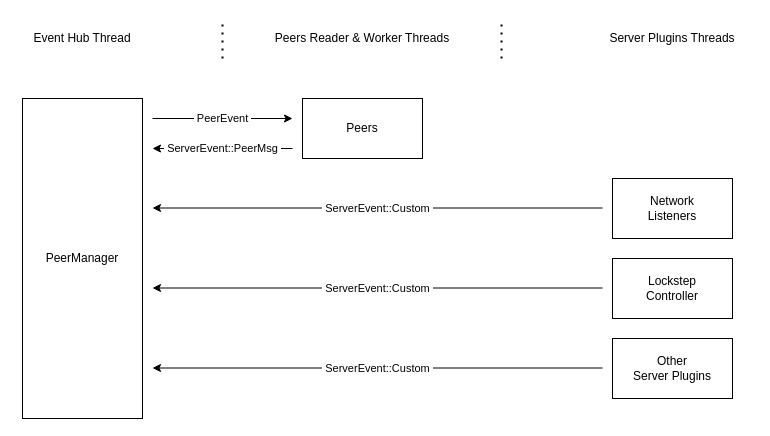
Above: img/thread-architecture.drawio in DiscreteTom/ruast (draw.io), before the change. Source tidied: cells renumbered, new cells numbered last; positions are measured from the earlier drawing's top-left corner, leaving out a move shared by most shapes. Both pictures are drawn from the tidied source at 100%, with x=0, y=0 at pixel (22, 18).
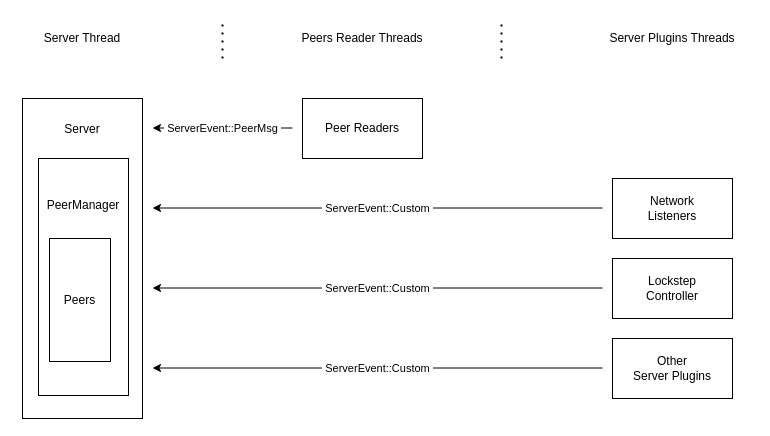
Above is the later version.

Commit message:
update thread-architecture

The edit, as a diff of the source:
```diff
@@
-    <mxCell id="2" value="PeerManager" style="rounded=0;whiteSpace=wrap;html=1;" parent="1" vertex="1">
+    <mxCell id="2" value="Server&lt;br&gt;&lt;br&gt;&lt;br&gt;&lt;br&gt;&lt;br&gt;&lt;br&gt;&lt;br&gt;&lt;br&gt;&lt;br&gt;&lt;br&gt;&lt;br&gt;&lt;br&gt;&lt;br&gt;&lt;br&gt;&lt;br&gt;&lt;br&gt;&lt;br&gt;&lt;br&gt;&lt;br&gt;" style="rounded=0;whiteSpace=wrap;html=1;" parent="1" vertex="1">
       <mxGeometry y="80" width="120" height="320" as="geometry" />
     </mxCell>
-    <mxCell id="3" value="Peers" style="rounded=0;whiteSpace=wrap;html=1;" parent="1" vertex="1">
+    <mxCell id="3" value="Peer Readers" style="rounded=0;whiteSpace=wrap;html=1;" parent="1" vertex="1">
       <mxGeometry x="280" y="80" width="120" height="60" as="geometry" />
     </mxCell>
@@
-    <mxCell id="7" value="Event Hub Thread" style="text;html=1;strokeColor=none;fillColor=none;align=center;verticalAlign=middle;whiteSpace=wrap;rounded=0;" parent="1" vertex="1">
-      <mxGeometry x="10" y="10" width="100" height="20" as="geometry" />
+    <mxCell id="7" value="Server Thread" style="text;html=1;strokeColor=none;fillColor=none;align=center;verticalAlign=middle;whiteSpace=wrap;rounded=0;" parent="1" vertex="1">
+      <mxGeometry x="-5" y="10" width="130" height="20" as="geometry" />
     </mxCell>
-    <mxCell id="8" value="Peers Reader &amp;amp; Worker Threads" style="text;html=1;strokeColor=none;fillColor=none;align=center;verticalAlign=middle;whiteSpace=wrap;rounded=0;" parent="1" vertex="1">
+    <mxCell id="8" value="Peers Reader Threads" style="text;html=1;strokeColor=none;fillColor=none;align=center;verticalAlign=middle;whiteSpace=wrap;rounded=0;" parent="1" vertex="1">
       <mxGeometry x="245" y="10" width="190" height="20" as="geometry" />
     </mxCell>
@@
-    <mxCell id="12" value="&amp;nbsp;PeerEvent&amp;nbsp;" style="endArrow=classic;html=1;" parent="1" edge="1">
-      <mxGeometry relative="1" as="geometry">
-        <mxPoint x="130" y="100" as="sourcePoint" />
-        <mxPoint x="270" y="100" as="targetPoint" />
-      </mxGeometry>
-    </mxCell>
     <mxCell id="13" value="&amp;nbsp;ServerEvent::PeerMsg&amp;nbsp;" style="endArrow=classic;html=1;" parent="1" edge="1">
       <mxGeometry relative="1" as="geometry">
-        <mxPoint x="270" y="130" as="sourcePoint" />
-        <mxPoint x="130" y="130" as="targetPoint" />
+        <mxPoint x="270" y="109.5" as="sourcePoint" />
+        <mxPoint x="130" y="109.5" as="targetPoint" />
       </mxGeometry>
     </mxCell>
@@
+    <mxCell id="17" value="PeerManager&lt;br&gt;&lt;br&gt;&lt;br&gt;&lt;br&gt;&lt;br&gt;&lt;br&gt;&lt;br&gt;&lt;br&gt;&lt;br&gt;&lt;br&gt;&lt;br&gt;" style="rounded=0;whiteSpace=wrap;html=1;" parent="1" vertex="1">
+      <mxGeometry x="16" y="140" width="90" height="237" as="geometry" />
+    </mxCell>
+    <mxCell id="18" value="Peers" style="rounded=0;whiteSpace=wrap;html=1;" parent="1" vertex="1">
+      <mxGeometry x="27" y="220" width="61" height="123" as="geometry" />
+    </mxCell>
```
